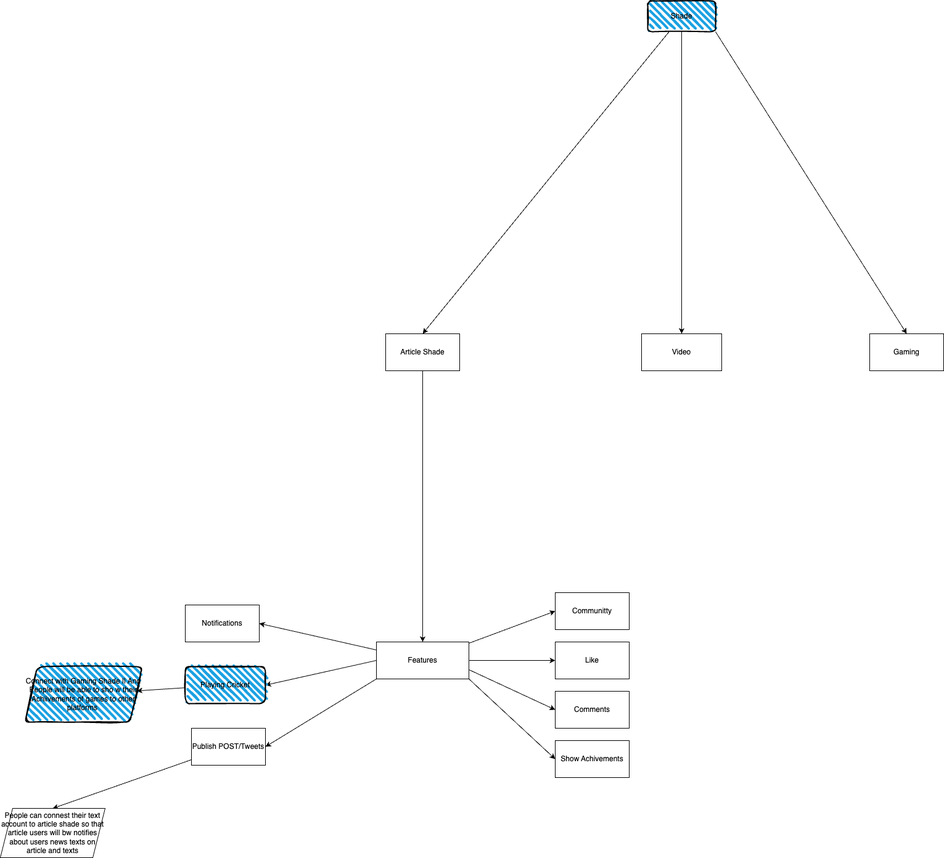
Earlier version of the draw.io export main.drawio.png (SH20RAJ/article). Source tidied: cells renumbered, new cells last; positions are measured from the earlier drawing's top-left corner, leaving out a move shared by most shapes. Source of this version:
```xml
<mxGraphModel>
  <root>
    <mxCell id="0" />
    <mxCell id="1" parent="0" />
    <mxCell id="2" value="Communitty" style="whiteSpace=wrap;html=1;" parent="1" vertex="1">
      <mxGeometry x="900" y="960" width="120" height="60" as="geometry" />
    </mxCell>
    <mxCell id="3" value="Comments" style="whiteSpace=wrap;html=1;" parent="1" vertex="1">
      <mxGeometry x="900" y="1120" width="120" height="60" as="geometry" />
    </mxCell>
    <mxCell id="4" value="Like" style="whiteSpace=wrap;html=1;" parent="1" vertex="1">
      <mxGeometry x="900" y="1040" width="120" height="60" as="geometry" />
    </mxCell>
    <mxCell id="5" style="edgeStyle=none;html=1;entryX=0;entryY=0.5;entryDx=0;entryDy=0;" parent="1" edge="1" source="12" target="2">
      <mxGeometry relative="1" as="geometry" />
    </mxCell>
    <mxCell id="6" style="edgeStyle=none;html=1;entryX=0;entryY=0.5;entryDx=0;entryDy=0;exitX=1;exitY=0.5;exitDx=0;exitDy=0;" parent="1" edge="1" source="12" target="4">
      <mxGeometry relative="1" as="geometry" />
    </mxCell>
    <mxCell id="7" style="edgeStyle=none;html=1;entryX=1;entryY=0.5;entryDx=0;entryDy=0;" parent="1" edge="1" source="12" target="18">
      <mxGeometry relative="1" as="geometry" />
    </mxCell>
    <mxCell id="8" style="edgeStyle=none;html=1;exitX=0;exitY=0.5;exitDx=0;exitDy=0;entryX=1;entryY=0.5;entryDx=0;entryDy=0;" parent="1" edge="1" source="12" target="17">
      <mxGeometry relative="1" as="geometry" />
    </mxCell>
    <mxCell id="9" style="edgeStyle=none;html=1;exitX=0;exitY=1;exitDx=0;exitDy=0;entryX=1;entryY=0.5;entryDx=0;entryDy=0;" parent="1" edge="1" source="12" target="14">
      <mxGeometry relative="1" as="geometry" />
    </mxCell>
    <mxCell id="10" style="edgeStyle=none;html=1;exitX=1;exitY=1;exitDx=0;exitDy=0;entryX=0;entryY=0.5;entryDx=0;entryDy=0;" parent="1" edge="1" source="12" target="19">
      <mxGeometry relative="1" as="geometry" />
    </mxCell>
    <mxCell id="11" style="edgeStyle=none;html=1;exitX=1;exitY=0.75;exitDx=0;exitDy=0;entryX=0;entryY=0.5;entryDx=0;entryDy=0;" parent="1" edge="1" source="12" target="3">
      <mxGeometry relative="1" as="geometry" />
    </mxCell>
    <mxCell id="12" value="Features" style="whiteSpace=wrap;html=1;" parent="1" vertex="1">
      <mxGeometry x="610" y="1040" width="150" height="60" as="geometry" />
    </mxCell>
    <mxCell id="13" style="edgeStyle=none;html=1;entryX=0.5;entryY=0;entryDx=0;entryDy=0;" parent="1" edge="1" source="14" target="15">
      <mxGeometry relative="1" as="geometry" />
    </mxCell>
    <mxCell id="14" value="Publish POST/Tweets" style="whiteSpace=wrap;html=1;" parent="1" vertex="1">
      <mxGeometry x="310" y="1180" width="120" height="60" as="geometry" />
    </mxCell>
    <mxCell id="15" value="People can connest their text account to article shade so that article users will bw notifies about users news texts on article and texts" style="shape=parallelogram;perimeter=parallelogramPerimeter;whiteSpace=wrap;html=1;fixedSize=1;" parent="1" vertex="1">
      <mxGeometry y="1310" width="170" height="80" as="geometry" />
    </mxCell>
    <mxCell id="16" style="edgeStyle=none;html=1;" parent="1" edge="1" source="17" target="22">
      <mxGeometry relative="1" as="geometry" />
    </mxCell>
    <mxCell id="17" value="Playing Cricket" style="rounded=1;whiteSpace=wrap;html=1;strokeWidth=2;fillWeight=4;hachureGap=8;hachureAngle=45;fillColor=#1ba1e2;sketch=1;" parent="1" vertex="1">
      <mxGeometry x="300" y="1080" width="130" height="60" as="geometry" />
    </mxCell>
    <mxCell id="18" value="Notifications" style="whiteSpace=wrap;html=1;" parent="1" vertex="1">
      <mxGeometry x="300" y="980" width="120" height="60" as="geometry" />
    </mxCell>
    <mxCell id="19" value="Show Achivements" style="whiteSpace=wrap;html=1;" parent="1" vertex="1">
      <mxGeometry x="900" y="1200" width="120" height="60" as="geometry" />
    </mxCell>
    <mxCell id="20" style="edgeStyle=none;html=1;" parent="1" edge="1" source="21" target="12">
      <mxGeometry relative="1" as="geometry" />
    </mxCell>
    <mxCell id="21" value="Article Shade" style="whiteSpace=wrap;html=1;" parent="1" vertex="1">
      <mxGeometry x="625" y="540" width="120" height="60" as="geometry" />
    </mxCell>
    <mxCell id="22" value="Connect with Gaming Shade || And People will be able to sho w their Achiivements of games to other platforms&amp;nbsp;" style="shape=parallelogram;perimeter=parallelogramPerimeter;whiteSpace=wrap;html=1;fixedSize=1;fillColor=#1ba1e2;rounded=1;strokeWidth=2;fillWeight=4;hachureGap=8;hachureAngle=45;sketch=1;" parent="1" vertex="1">
      <mxGeometry x="40" y="1080" width="190" height="90" as="geometry" />
    </mxCell>
    <mxCell id="23" style="edgeStyle=none;html=1;entryX=0.5;entryY=0;entryDx=0;entryDy=0;" parent="1" edge="1" source="26" target="21">
      <mxGeometry relative="1" as="geometry" />
    </mxCell>
    <mxCell id="24" style="edgeStyle=none;html=1;" parent="1" edge="1" source="26" target="27">
      <mxGeometry relative="1" as="geometry" />
    </mxCell>
    <mxCell id="25" style="edgeStyle=none;html=1;exitX=1;exitY=1;exitDx=0;exitDy=0;entryX=0.5;entryY=0;entryDx=0;entryDy=0;" parent="1" edge="1" source="26" target="28">
      <mxGeometry relative="1" as="geometry" />
    </mxCell>
    <mxCell id="26" value="Shade" style="rounded=1;whiteSpace=wrap;html=1;strokeWidth=2;fillWeight=4;hachureGap=8;hachureAngle=45;fillColor=#1ba1e2;sketch=1;" parent="1" vertex="1">
      <mxGeometry x="1050" width="110" height="50" as="geometry" />
    </mxCell>
    <mxCell id="27" value="Video" style="whiteSpace=wrap;html=1;" parent="1" vertex="1">
      <mxGeometry x="1040" y="540" width="130" height="60" as="geometry" />
    </mxCell>
    <mxCell id="28" value="Gaming" style="whiteSpace=wrap;html=1;" parent="1" vertex="1">
      <mxGeometry x="1410" y="540" width="120" height="60" as="geometry" />
    </mxCell>
  </root>
</mxGraphModel>
```
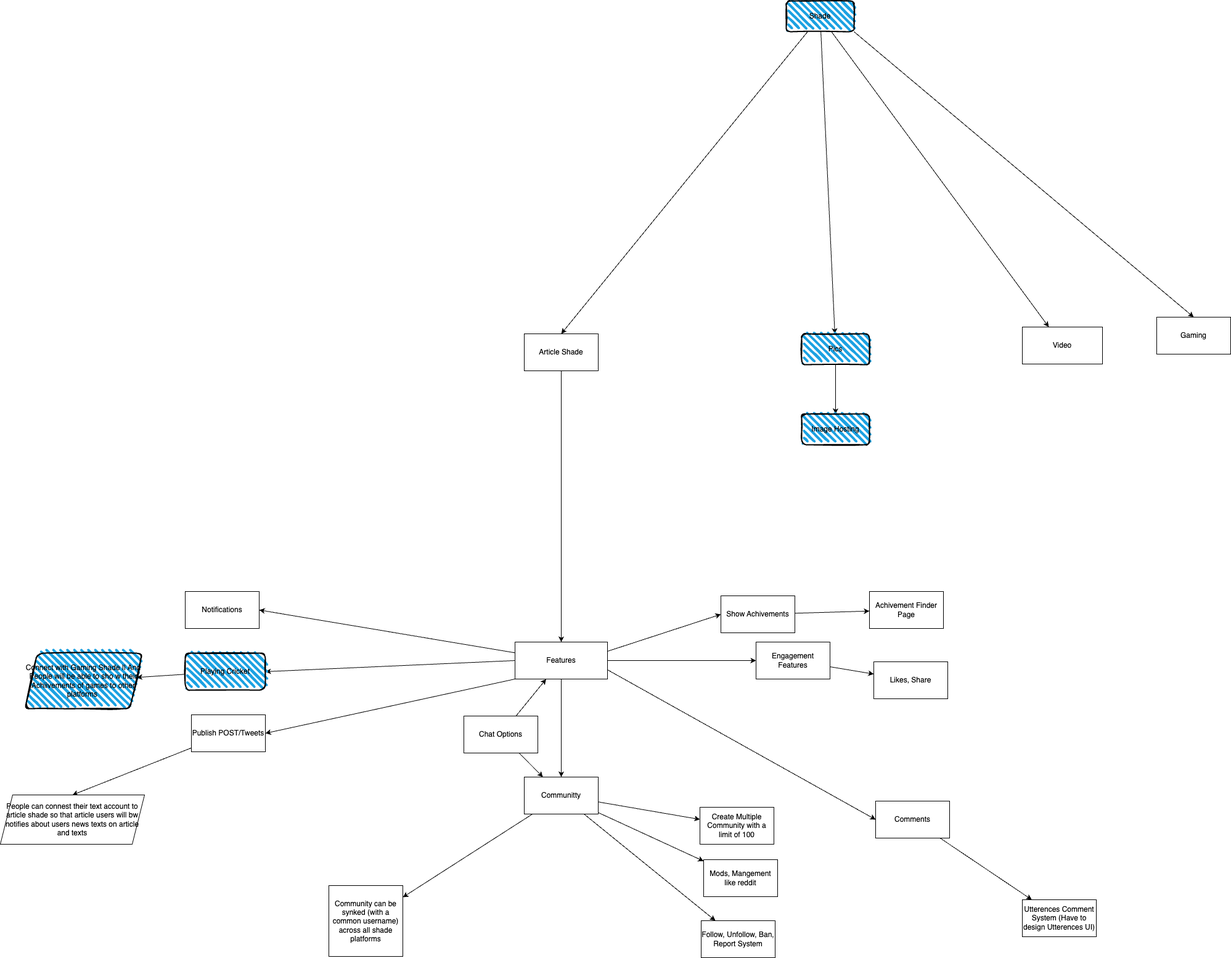
The same diagram one commit later.

What changed in the source:
```diff
@@ -2,16 +2,37 @@
   <root>
     <mxCell id="0" />
     <mxCell id="1" parent="0" />
+    <mxCell id="29" style="edgeStyle=none;html=1;" parent="1" edge="1" source="2" target="44">
+      <mxGeometry relative="1" as="geometry" />
+    </mxCell>
+    <mxCell id="30" style="edgeStyle=none;html=1;" parent="1" edge="1" source="2" target="45">
+      <mxGeometry relative="1" as="geometry" />
+    </mxCell>
+    <mxCell id="31" style="edgeStyle=none;html=1;" parent="1" edge="1" source="2" target="45">
+      <mxGeometry relative="1" as="geometry" />
+    </mxCell>
+    <mxCell id="32" style="edgeStyle=none;html=1;" parent="1" edge="1" source="2" target="46">
+      <mxGeometry relative="1" as="geometry" />
+    </mxCell>
+    <mxCell id="33" style="edgeStyle=none;html=1;" parent="1" edge="1" source="2" target="47">
+      <mxGeometry relative="1" as="geometry" />
+    </mxCell>
     <mxCell id="2" value="Communitty" style="whiteSpace=wrap;html=1;" parent="1" vertex="1">
-      <mxGeometry x="900" y="960" width="120" height="60" as="geometry" />
+      <mxGeometry x="625" y="1259" width="120" height="60" as="geometry" />
     </mxCell>
+    <mxCell id="34" style="edgeStyle=none;html=1;" parent="1" edge="1" source="3" target="43">
+      <mxGeometry relative="1" as="geometry" />
+    </mxCell>
     <mxCell id="3" value="Comments" style="whiteSpace=wrap;html=1;" parent="1" vertex="1">
-      <mxGeometry x="900" y="1120" width="120" height="60" as="geometry" />
+      <mxGeometry x="1195" y="1298" width="120" height="60" as="geometry" />
     </mxCell>
+    <mxCell id="35" style="edgeStyle=none;html=1;" parent="1" edge="1" source="4" target="42">
+      <mxGeometry relative="1" as="geometry" />
+    </mxCell>
-    <mxCell id="4" value="Like" style="whiteSpace=wrap;html=1;" parent="1" vertex="1">
-      <mxGeometry x="900" y="1040" width="120" height="60" as="geometry" />
+    <mxCell id="4" value="Engagement Features" style="whiteSpace=wrap;html=1;" parent="1" vertex="1">
+      <mxGeometry x="1001" y="1040" width="120" height="60" as="geometry" />
     </mxCell>
-    <mxCell id="5" style="edgeStyle=none;html=1;entryX=0;entryY=0.5;entryDx=0;entryDy=0;" parent="1" edge="1" source="12" target="2">
+    <mxCell id="5" style="edgeStyle=none;html=1;" parent="1" edge="1" source="12" target="2">
       <mxGeometry relative="1" as="geometry" />
     </mxCell>
     <mxCell id="6" style="edgeStyle=none;html=1;entryX=0;entryY=0.5;entryDx=0;entryDy=0;exitX=1;exitY=0.5;exitDx=0;exitDy=0;" parent="1" edge="1" source="12" target="4">
@@ -26,7 +47,7 @@
     <mxCell id="9" style="edgeStyle=none;html=1;exitX=0;exitY=1;exitDx=0;exitDy=0;entryX=1;entryY=0.5;entryDx=0;entryDy=0;" parent="1" edge="1" source="12" target="14">
       <mxGeometry relative="1" as="geometry" />
     </mxCell>
-    <mxCell id="10" style="edgeStyle=none;html=1;exitX=1;exitY=1;exitDx=0;exitDy=0;entryX=0;entryY=0.5;entryDx=0;entryDy=0;" parent="1" edge="1" source="12" target="19">
+    <mxCell id="10" style="edgeStyle=none;html=1;exitX=1;exitY=0.25;exitDx=0;exitDy=0;entryX=0;entryY=0.5;entryDx=0;entryDy=0;" parent="1" edge="1" source="12" target="19">
       <mxGeometry relative="1" as="geometry" />
     </mxCell>
     <mxCell id="11" style="edgeStyle=none;html=1;exitX=1;exitY=0.75;exitDx=0;exitDy=0;entryX=0;entryY=0.5;entryDx=0;entryDy=0;" parent="1" edge="1" source="12" target="3">
@@ -39,22 +60,25 @@
       <mxGeometry relative="1" as="geometry" />
     </mxCell>
     <mxCell id="14" value="Publish POST/Tweets" style="whiteSpace=wrap;html=1;" parent="1" vertex="1">
-      <mxGeometry x="310" y="1180" width="120" height="60" as="geometry" />
+      <mxGeometry x="85" y="1158" width="120" height="60" as="geometry" />
     </mxCell>
     <mxCell id="15" value="People can connest their text account to article shade so that article users will bw notifies about users news texts on article and texts" style="shape=parallelogram;perimeter=parallelogramPerimeter;whiteSpace=wrap;html=1;fixedSize=1;" parent="1" vertex="1">
-      <mxGeometry y="1310" width="170" height="80" as="geometry" />
+      <mxGeometry x="-225" y="1288" width="234" height="80" as="geometry" />
     </mxCell>
     <mxCell id="16" style="edgeStyle=none;html=1;" parent="1" edge="1" source="17" target="22">
       <mxGeometry relative="1" as="geometry" />
     </mxCell>
     <mxCell id="17" value="Playing Cricket" style="rounded=1;whiteSpace=wrap;html=1;strokeWidth=2;fillWeight=4;hachureGap=8;hachureAngle=45;fillColor=#1ba1e2;sketch=1;" parent="1" vertex="1">
-      <mxGeometry x="300" y="1080" width="130" height="60" as="geometry" />
+      <mxGeometry x="75" y="1058" width="130" height="60" as="geometry" />
     </mxCell>
     <mxCell id="18" value="Notifications" style="whiteSpace=wrap;html=1;" parent="1" vertex="1">
-      <mxGeometry x="300" y="980" width="120" height="60" as="geometry" />
+      <mxGeometry x="75" y="958" width="120" height="60" as="geometry" />
     </mxCell>
+    <mxCell id="36" style="edgeStyle=none;html=1;" parent="1" edge="1" source="19" target="41">
+      <mxGeometry relative="1" as="geometry" />
+    </mxCell>
     <mxCell id="19" value="Show Achivements" style="whiteSpace=wrap;html=1;" parent="1" vertex="1">
-      <mxGeometry x="900" y="1200" width="120" height="60" as="geometry" />
+      <mxGeometry x="944" y="965" width="120" height="60" as="geometry" />
     </mxCell>
     <mxCell id="20" style="edgeStyle=none;html=1;" parent="1" edge="1" source="21" target="12">
       <mxGeometry relative="1" as="geometry" />
@@ -63,7 +87,7 @@
       <mxGeometry x="625" y="540" width="120" height="60" as="geometry" />
     </mxCell>
     <mxCell id="22" value="Connect with Gaming Shade || And People will be able to sho w their Achiivements of games to other platforms&amp;nbsp;" style="shape=parallelogram;perimeter=parallelogramPerimeter;whiteSpace=wrap;html=1;fixedSize=1;fillColor=#1ba1e2;rounded=1;strokeWidth=2;fillWeight=4;hachureGap=8;hachureAngle=45;sketch=1;" parent="1" vertex="1">
-      <mxGeometry x="40" y="1080" width="190" height="90" as="geometry" />
+      <mxGeometry x="-185" y="1058" width="190" height="90" as="geometry" />
     </mxCell>
     <mxCell id="23" style="edgeStyle=none;html=1;entryX=0.5;entryY=0;entryDx=0;entryDy=0;" parent="1" edge="1" source="26" target="21">
       <mxGeometry relative="1" as="geometry" />
@@ -74,14 +98,56 @@
     <mxCell id="25" style="edgeStyle=none;html=1;exitX=1;exitY=1;exitDx=0;exitDy=0;entryX=0.5;entryY=0;entryDx=0;entryDy=0;" parent="1" edge="1" source="26" target="28">
       <mxGeometry relative="1" as="geometry" />
     </mxCell>
+    <mxCell id="37" style="edgeStyle=none;html=1;" parent="1" edge="1" source="26" target="39">
+      <mxGeometry relative="1" as="geometry" />
+    </mxCell>
     <mxCell id="26" value="Shade" style="rounded=1;whiteSpace=wrap;html=1;strokeWidth=2;fillWeight=4;hachureGap=8;hachureAngle=45;fillColor=#1ba1e2;sketch=1;" parent="1" vertex="1">
       <mxGeometry x="1050" width="110" height="50" as="geometry" />
     </mxCell>
     <mxCell id="27" value="Video" style="whiteSpace=wrap;html=1;" parent="1" vertex="1">
-      <mxGeometry x="1040" y="540" width="130" height="60" as="geometry" />
+      <mxGeometry x="1433" y="529" width="130" height="60" as="geometry" />
     </mxCell>
     <mxCell id="28" value="Gaming" style="whiteSpace=wrap;html=1;" parent="1" vertex="1">
-      <mxGeometry x="1410" y="540" width="120" height="60" as="geometry" />
+      <mxGeometry x="1651" y="513" width="120" height="60" as="geometry" />
     </mxCell>
+    <mxCell id="38" style="edgeStyle=none;html=1;" parent="1" edge="1" source="39" target="40">
+      <mxGeometry relative="1" as="geometry" />
+    </mxCell>
+    <mxCell id="39" value="Pics" style="rounded=1;whiteSpace=wrap;html=1;strokeWidth=2;fillWeight=4;hachureGap=8;hachureAngle=45;fillColor=#1ba1e2;sketch=1;" parent="1" vertex="1">
+      <mxGeometry x="1075" y="540" width="110" height="50" as="geometry" />
+    </mxCell>
+    <mxCell id="40" value="Image Hosting" style="rounded=1;whiteSpace=wrap;html=1;strokeWidth=2;fillWeight=4;hachureGap=8;hachureAngle=45;fillColor=#1ba1e2;sketch=1;" parent="1" vertex="1">
+      <mxGeometry x="1075" y="670" width="110" height="50" as="geometry" />
+    </mxCell>
+    <mxCell id="41" value="Achivement Finder Page" style="whiteSpace=wrap;html=1;" parent="1" vertex="1">
+      <mxGeometry x="1185" y="958" width="120" height="60" as="geometry" />
+    </mxCell>
+    <mxCell id="42" value="Likes, Share" style="whiteSpace=wrap;html=1;" parent="1" vertex="1">
+      <mxGeometry x="1192" y="1072" width="120" height="60" as="geometry" />
+    </mxCell>
+    <mxCell id="43" value="Utterences Comment System (Have to design Utterences UI)" style="whiteSpace=wrap;html=1;" parent="1" vertex="1">
+      <mxGeometry x="1433" y="1458" width="120" height="60" as="geometry" />
+    </mxCell>
+    <mxCell id="44" value="Create Multiple Community with a limit of 100" style="whiteSpace=wrap;html=1;" parent="1" vertex="1">
+      <mxGeometry x="910" y="1308" width="120" height="60" as="geometry" />
+    </mxCell>
+    <mxCell id="45" value="Mods, Mangement like reddit" style="whiteSpace=wrap;html=1;" parent="1" vertex="1">
+      <mxGeometry x="916" y="1393" width="120" height="60" as="geometry" />
+    </mxCell>
+    <mxCell id="46" value="Follow, Unfollow, Ban, Report System" style="whiteSpace=wrap;html=1;" parent="1" vertex="1">
+      <mxGeometry x="912" y="1492" width="120" height="60" as="geometry" />
+    </mxCell>
+    <mxCell id="47" value="Community can be synked (with a common username) across all shade platforms" style="whiteSpace=wrap;html=1;" parent="1" vertex="1">
+      <mxGeometry x="308" y="1435" width="120" height="115" as="geometry" />
+    </mxCell>
+    <mxCell id="48" style="edgeStyle=none;html=1;" parent="1" edge="1" source="50" target="2">
+      <mxGeometry relative="1" as="geometry" />
+    </mxCell>
+    <mxCell id="49" style="edgeStyle=none;html=1;" parent="1" edge="1" source="50" target="12">
+      <mxGeometry relative="1" as="geometry" />
+    </mxCell>
+    <mxCell id="50" value="Chat Options" style="whiteSpace=wrap;html=1;" parent="1" vertex="1">
+      <mxGeometry x="527" y="1160" width="120" height="60" as="geometry" />
+    </mxCell>
   </root>
 </mxGraphModel>
```
